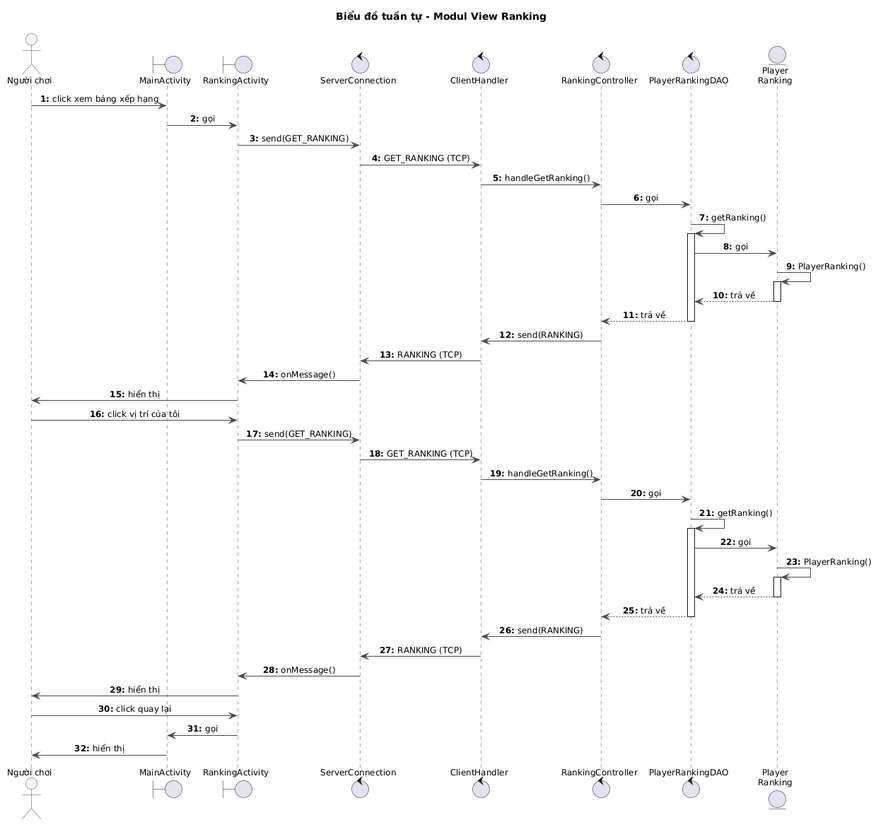
This is docs/uml/pha3/seq-m2.png from VattenL/mobile-pikachu, a PlantUML export, as it was before one commit.
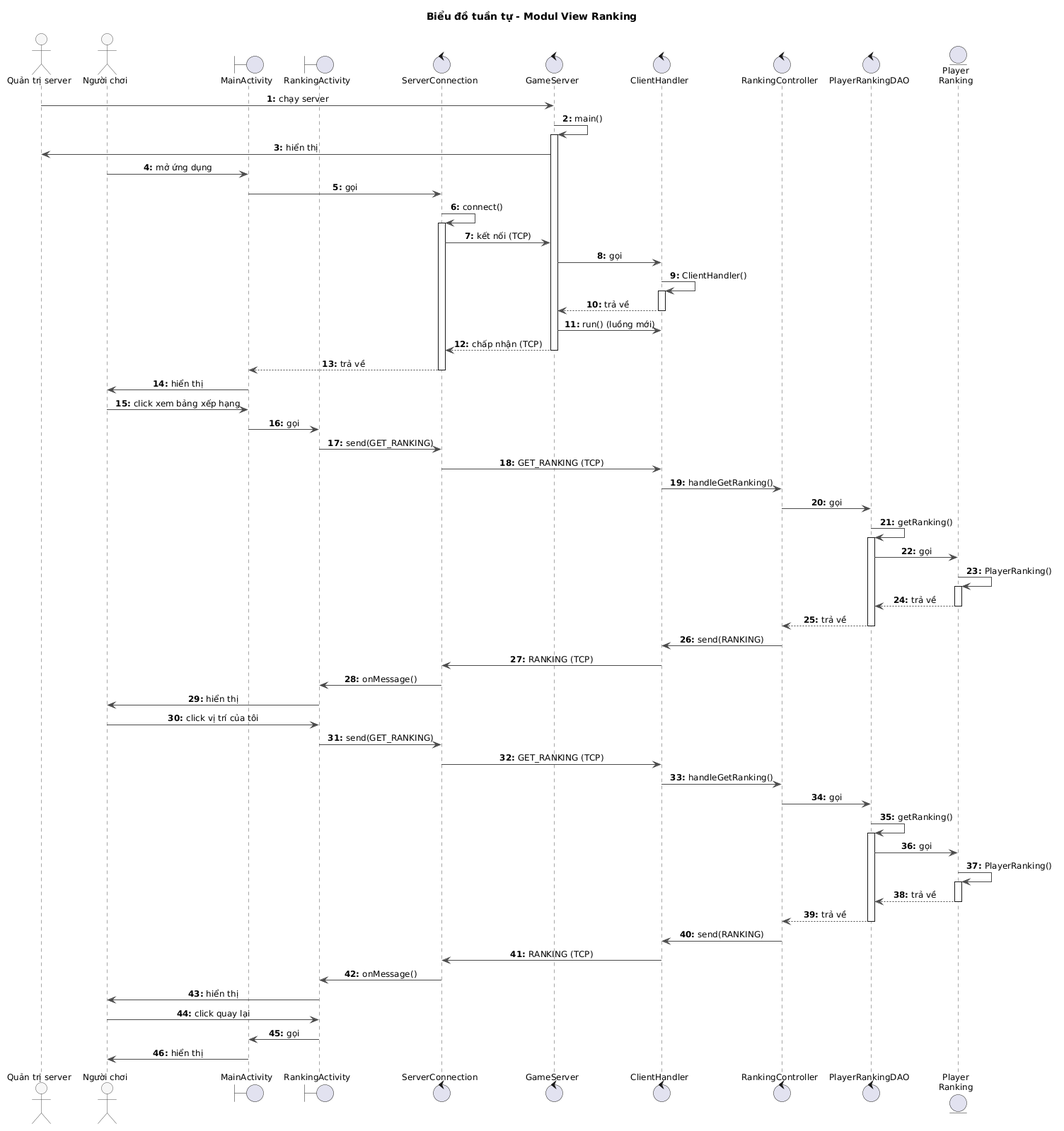
The same diagram one commit later.

Change to the diagram source:
```diff
@@ -15,15 +15,37 @@
 }
 autonumber "<b>0:"
 
+actor "Quản trị server" as Admin
 actor "Người chơi" as Player
 boundary MainActivity
 boundary RankingActivity
 control ServerConnection
+control GameServer
 control ClientHandler
 control RankingController
 control PlayerRankingDAO
 entity "Player\nRanking" as PlayerRanking
 
+Admin -> GameServer : chạy server
+GameServer -> GameServer : main()
+activate GameServer
+GameServer -> Admin : hiển thị
+Player -> MainActivity : mở ứng dụng
+MainActivity -> ServerConnection : gọi
+ServerConnection -> ServerConnection : connect()
+activate ServerConnection
+ServerConnection -> GameServer : kết nối (TCP)
+GameServer -> ClientHandler : gọi
+ClientHandler -> ClientHandler : ClientHandler()
+activate ClientHandler
+ClientHandler --> GameServer : trả về
+deactivate ClientHandler
+GameServer -> ClientHandler : run() (luồng mới)
+GameServer --> ServerConnection : chấp nhận (TCP)
+deactivate GameServer
+ServerConnection --> MainActivity : trả về
+deactivate ServerConnection
+MainActivity -> Player : hiển thị
 Player -> MainActivity : click xem bảng xếp hạng
 MainActivity -> RankingActivity : gọi
 RankingActivity -> ServerConnection : send(GET_RANKING)
```
